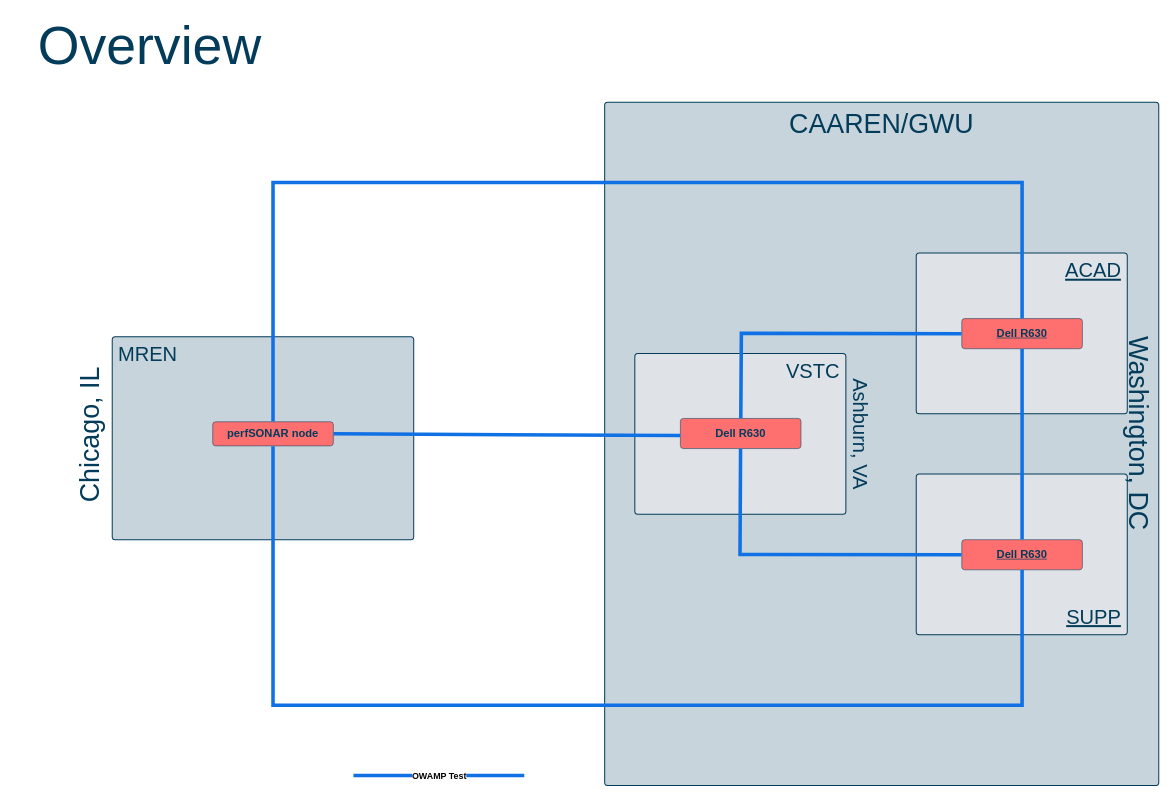
Earlier version of the draw.io diagram page "overview-1" (1 of 4) of Docs/diagrams/preso_diags.drawio (gwit-rts/SC26). Source tidied: cells renumbered, new cells numbered last; positions are measured from the earlier drawing's top-left corner, leaving out a move shared by most shapes. Both pictures are drawn from the tidied source at 67%, with x=0, y=0 at pixel (1, 11).
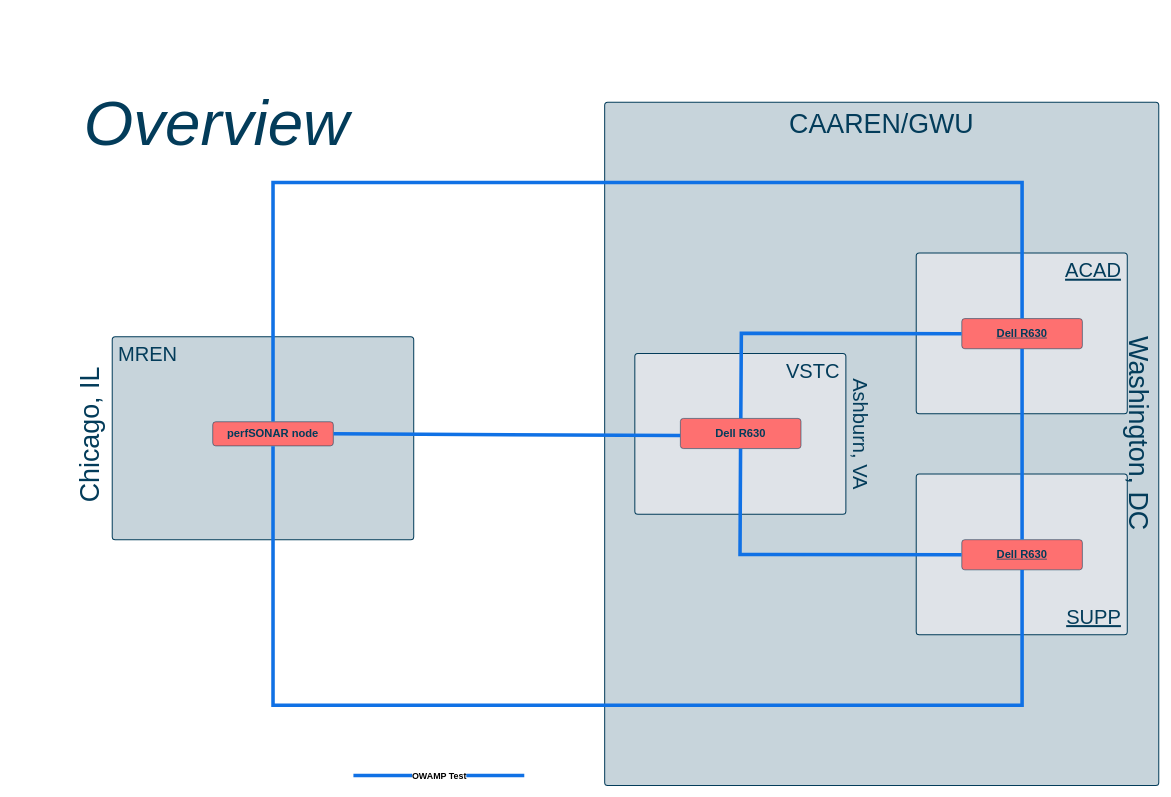
The same page after the edit.

Commit message:
adding overview, latency, detail.TODO: timing detail

Diff of the diagram source:
```diff
@@
-    <mxCell id="22" value="Overview" style="html=1;overflow=block;blockSpacing=1;whiteSpace=wrap;fontSize=80;fontFamily=BankGothic Md BT;fontColor=#033c5a;align=center;spacing=3.8;strokeColor=none;fillOpacity=0;rounded=1;absoluteArcSize=1;arcSize=9;fillColor=#ffffff;strokeWidth=0;lucidId=3xfDWbb2H2jD;" parent="1" vertex="1">
-      <mxGeometry x="15" width="412" height="91" as="geometry" />
+    <mxCell id="22" value="Overview" style="html=1;overflow=block;blockSpacing=1;whiteSpace=wrap;fontSize=95;fontFamily=BankGothic Md BT;fontColor=#033c5a;align=center;spacing=3.8;strokeColor=none;fillOpacity=0;rounded=1;absoluteArcSize=1;arcSize=9;fillColor=#ffffff;strokeWidth=0;lucidId=3xfDWbb2H2jD;fontStyle=2;" parent="1" vertex="1">
+      <mxGeometry x="114.5" y="105" width="412" height="91" as="geometry" />
     </mxCell>
```
